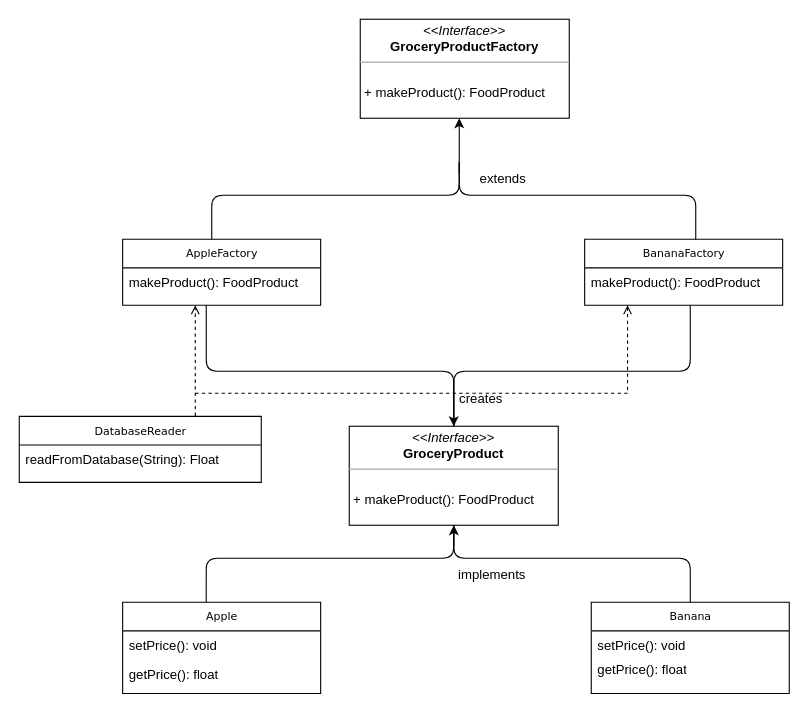
Earlier version of the draw.io diagram UML_MODEL.drawio (tanish1409/Design_and_Architecture_1). Source tidied: cells renumbered, new cells numbered last; positions are measured from the earlier drawing's top-left corner, leaving out a move shared by most shapes. Both pictures are drawn from the tidied source at 110%, with x=0, y=0 at pixel (19, 19).
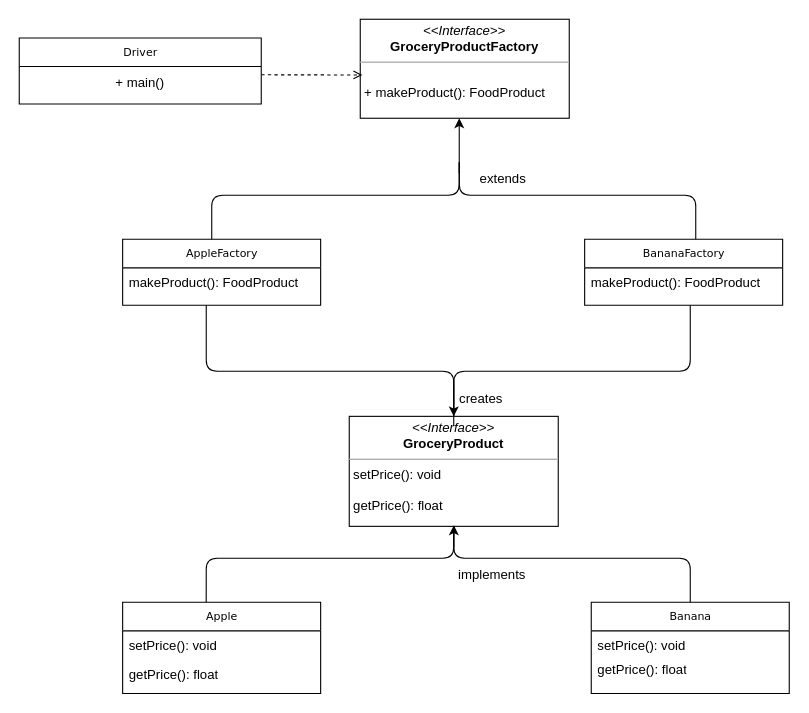
The same diagram, later.

Commit message (it also covers changes not shown here):
Fix driver class to remove the file read. and update UML.

The change refers to these unchanged cells:
```xml
<mxCell id="4" value="&lt;p style=&quot;margin:0px;margin-top:4px;text-align:center;&quot;&gt;&lt;i&gt;&amp;lt;&amp;lt;Interface&amp;gt;&amp;gt;&lt;/i&gt;&lt;br&gt;&lt;b&gt;GroceryProductFactory&lt;/b&gt;&lt;/p&gt;&lt;hr size=&quot;1&quot;&gt;&lt;p style=&quot;margin:0px;margin-left:4px;&quot;&gt;&lt;br&gt;&lt;/p&gt;&lt;p style=&quot;margin:0px;margin-left:4px;&quot;&gt;+ makeProduct(): FoodProduct&lt;br&gt;&lt;/p&gt;" style="verticalAlign=top;align=left;overflow=fill;fontSize=12;fontFamily=Helvetica;html=1;rounded=0;shadow=0;comic=0;labelBackgroundColor=none;strokeWidth=1;" parent="1" vertex="1">
  <mxGeometry x="310" width="190" height="90" as="geometry" />
</mxCell>
```

What changed in the source:
```diff
@@
-    <mxCell id="7" value="&lt;p style=&quot;margin:0px;margin-top:4px;text-align:center;&quot;&gt;&lt;i&gt;&amp;lt;&amp;lt;Interface&amp;gt;&amp;gt;&lt;/i&gt;&lt;br&gt;&lt;b&gt;GroceryProduct&lt;/b&gt;&lt;/p&gt;&lt;hr size=&quot;1&quot;&gt;&lt;p style=&quot;margin:0px;margin-left:4px;&quot;&gt;&lt;br&gt;&lt;/p&gt;&lt;p style=&quot;margin:0px;margin-left:4px;&quot;&gt;+ makeProduct(): FoodProduct&lt;br&gt;&lt;/p&gt;" style="verticalAlign=top;align=left;overflow=fill;fontSize=12;fontFamily=Helvetica;html=1;rounded=0;shadow=0;comic=0;labelBackgroundColor=none;strokeWidth=1;" parent="1" vertex="1">
-      <mxGeometry x="300" y="370" width="190" height="90" as="geometry" />
+    <mxCell id="7" value="&lt;p style=&quot;margin:0px;margin-top:4px;text-align:center;&quot;&gt;&lt;i&gt;&amp;lt;&amp;lt;Interface&amp;gt;&amp;gt;&lt;/i&gt;&lt;br&gt;&lt;b&gt;GroceryProduct&lt;/b&gt;&lt;/p&gt;&lt;hr size=&quot;1&quot;&gt;&lt;p style=&quot;margin:0px;margin-left:4px;&quot;&gt;setPrice(): void&lt;br&gt;&lt;/p&gt;&lt;p style=&quot;margin:0px;margin-left:4px;&quot;&gt;&lt;br&gt;&lt;/p&gt;&lt;p style=&quot;margin:0px;margin-left:4px;&quot;&gt;getPrice(): float&lt;br&gt;&lt;/p&gt;" style="verticalAlign=top;align=left;overflow=fill;fontSize=12;fontFamily=Helvetica;html=1;rounded=0;shadow=0;comic=0;labelBackgroundColor=none;strokeWidth=1;" parent="1" vertex="1">
+      <mxGeometry x="300" y="361" width="190" height="100" as="geometry" />
     </mxCell>
@@
-    <mxCell id="25" value="DatabaseReader" style="swimlane;html=1;fontStyle=0;horizontal=1;startSize=26;fillColor=none;swimlaneFillColor=#ffffff;rounded=0;shadow=0;comic=0;labelBackgroundColor=none;strokeWidth=1;fontFamily=Verdana;fontSize=10;align=center;" parent="1" vertex="1">
-      <mxGeometry y="361" width="220" height="60" as="geometry" />
-    </mxCell>
-    <mxCell id="26" value="readFromDatabase(String): Float" style="text;html=1;strokeColor=none;fillColor=none;align=left;verticalAlign=top;spacingLeft=4;spacingRight=4;whiteSpace=wrap;overflow=hidden;" parent="25" vertex="1">
-      <mxGeometry y="26" width="220" height="26" as="geometry" />
-    </mxCell>
-    <mxCell id="27" style="endArrow=open;html=1;rounded=0;align=center;verticalAlign=bottom;dashed=1;endFill=0;labelBackgroundColor=none;exitX=0.7;exitY=-0.023;exitDx=0;exitDy=0;exitPerimeter=0;" parent="1" edge="1">
-      <mxGeometry relative="1" as="geometry">
-        <mxPoint x="160" y="360.6" as="sourcePoint" />
-        <mxPoint x="160" y="260" as="targetPoint" />
-      </mxGeometry>
+    <mxCell id="27" style="endArrow=open;html=1;rounded=0;align=center;verticalAlign=bottom;dashed=1;endFill=0;labelBackgroundColor=none;exitX=1;exitY=0.25;exitDx=0;exitDy=0;entryX=0.01;entryY=0.563;entryDx=0;entryDy=0;entryPerimeter=0;" parent="1" edge="1" source="33" target="4">
+      <mxGeometry relative="1" as="geometry" />
     </mxCell>
@@
-    <mxCell id="29" style="endArrow=open;html=1;rounded=0;align=center;verticalAlign=bottom;dashed=1;endFill=0;labelBackgroundColor=none;" parent="1" edge="1">
-      <mxGeometry relative="1" as="geometry">
-        <mxPoint x="160" y="340" as="sourcePoint" />
-        <mxPoint x="553" y="260" as="targetPoint" />
-        <Array as="points">
-          <mxPoint x="553" y="340" />
-        </Array>
-      </mxGeometry>
-    </mxCell>
-    <mxCell id="30" style="html=1;align=center;verticalAlign=top;labelBackgroundColor=none;" parent="29" vertex="1">
-      <mxGeometry relative="1" as="geometry" />
-    </mxCell>
@@
+    <mxCell id="32" value="Driver" style="swimlane;html=1;fontStyle=0;horizontal=1;startSize=26;fillColor=none;swimlaneFillColor=#ffffff;rounded=0;shadow=0;comic=0;labelBackgroundColor=none;strokeWidth=1;fontFamily=Verdana;fontSize=10;align=center;" parent="1" vertex="1">
+      <mxGeometry y="17" width="220" height="60" as="geometry" />
+    </mxCell>
+    <mxCell id="33" value="+ main()" style="text;html=1;strokeColor=none;fillColor=none;align=center;verticalAlign=middle;whiteSpace=wrap;rounded=0;" parent="32" vertex="1">
+      <mxGeometry y="26" width="220" height="30" as="geometry" />
+    </mxCell>
```
